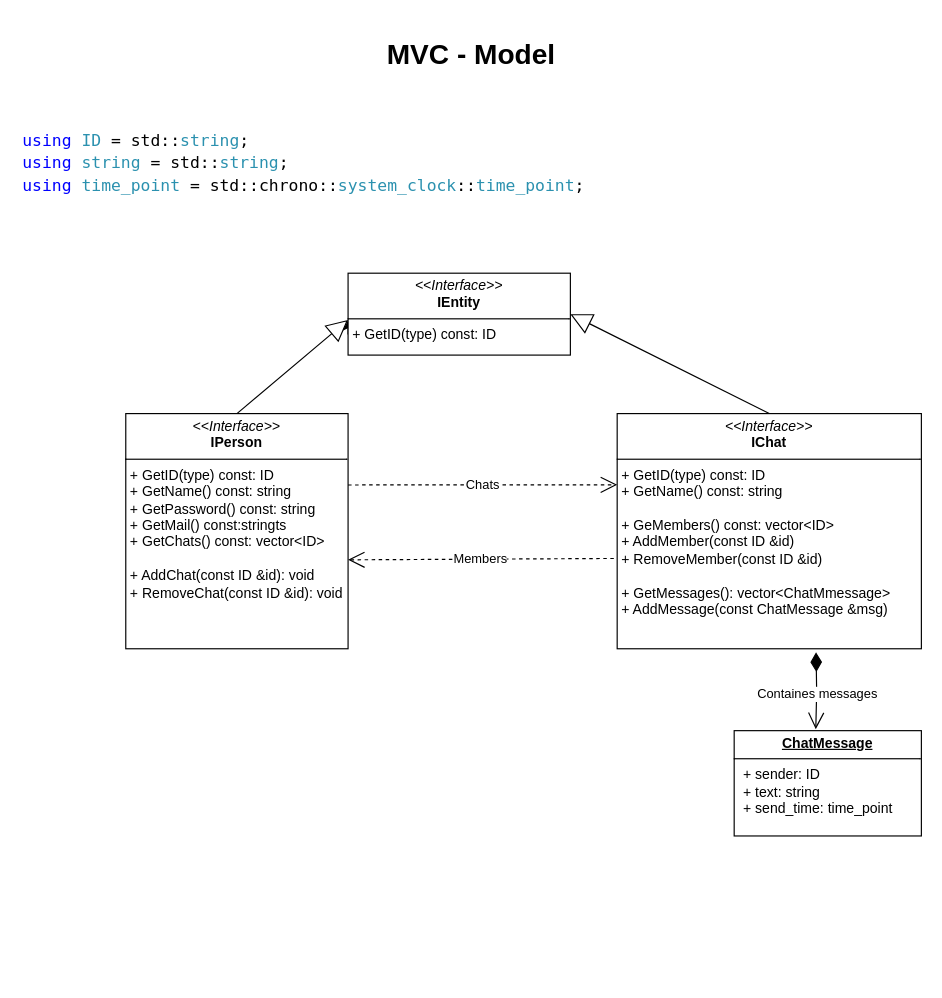
Before: Documentation/MVC - Model.drawio in CheskisVladimir/MessengerV, a draw.io diagram. Source tidied: cells renumbered, new cells numbered last; positions are measured from the earlier drawing's top-left corner, leaving out a move shared by most shapes. Both pictures are drawn from the tidied source at 117%, with x=0, y=0 at pixel (20, 40).
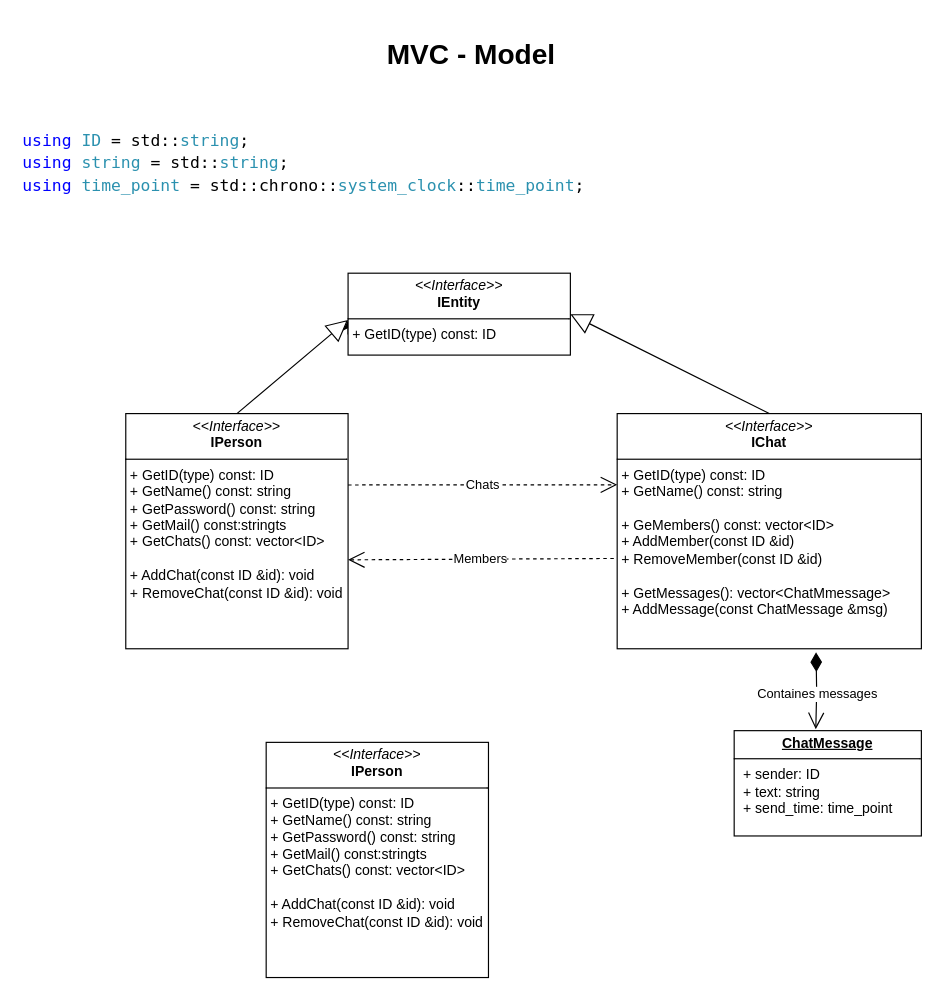
The same diagram, later.

The edit, as a diff of the source:
```diff
@@
 <mxGraphModel>
   <root>
     <mxCell id="0" />
     <mxCell id="1" parent="0" />
     <mxCell id="2" style="edgeStyle=orthogonalEdgeStyle;rounded=0;jettySize=auto;html=1;exitX=0;exitY=0.75;exitDx=0;exitDy=0;" parent="1" edge="1" source="3">
       <mxGeometry relative="1" as="geometry">
         <mxPoint x="280" y="239" as="targetPoint" />
       </mxGeometry>
     </mxCell>
     <mxCell id="3" value="&lt;p style=&quot;margin:0px;margin-top:4px;text-align:center;&quot;&gt;&lt;i&gt;&amp;lt;&amp;lt;Interface&amp;gt;&amp;gt;&lt;/i&gt;&lt;br&gt;&lt;b&gt;IEntity&lt;/b&gt;&lt;/p&gt;&lt;hr size=&quot;1&quot; style=&quot;border-style:solid;&quot;&gt;&lt;p style=&quot;margin:0px;margin-left:4px;&quot;&gt;&lt;/p&gt;&lt;p style=&quot;margin:0px;margin-left:4px;&quot;&gt;+ GetID(type) const: ID&lt;/p&gt;" style="verticalAlign=top;align=left;overflow=fill;html=1;whiteSpace=wrap;" parent="1" vertex="1">
       <mxGeometry x="280" y="199" width="190" height="70" as="geometry" />
     </mxCell>
     <mxCell id="4" value="&lt;h1&gt;MVC - Model&lt;/h1&gt;" style="text;align=center;fontStyle=1;verticalAlign=middle;spacingLeft=3;spacingRight=3;strokeColor=none;html=1;" parent="1" vertex="1">
       <mxGeometry x="345" width="80" height="26" as="geometry" />
     </mxCell>
     <mxCell id="5" value="&lt;p style=&quot;margin:0px;margin-top:4px;text-align:center;&quot;&gt;&lt;i&gt;&amp;lt;&amp;lt;Interface&amp;gt;&amp;gt;&lt;/i&gt;&lt;br&gt;&lt;b&gt;IPerson&lt;/b&gt;&lt;/p&gt;&lt;hr size=&quot;1&quot; style=&quot;border-style:solid;&quot;&gt;&lt;p style=&quot;margin:0px;margin-left:4px;&quot;&gt;&lt;/p&gt;&lt;p style=&quot;margin:0px;margin-left:4px;&quot;&gt;&lt;span style=&quot;background-color: transparent; color: light-dark(rgb(0, 0, 0), rgb(255, 255, 255));&quot;&gt;+ GetID(type) const: ID&lt;/span&gt;&lt;/p&gt;&lt;p style=&quot;margin:0px;margin-left:4px;&quot;&gt;+ GetName() const: string&lt;/p&gt;&lt;p style=&quot;margin:0px;margin-left:4px;&quot;&gt;+ GetPassword() const: string&lt;/p&gt;&lt;p style=&quot;margin:0px;margin-left:4px;&quot;&gt;+ GetMail() const:stringts&lt;/p&gt;&lt;p style=&quot;margin:0px;margin-left:4px;&quot;&gt;+ GetChats() const: vector&amp;lt;ID&amp;gt;&lt;/p&gt;&lt;p style=&quot;margin:0px;margin-left:4px;&quot;&gt;&lt;br&gt;&lt;/p&gt;&lt;p style=&quot;margin:0px;margin-left:4px;&quot;&gt;+ AddChat(const ID &amp;amp;id): void&lt;/p&gt;&lt;p style=&quot;margin:0px;margin-left:4px;&quot;&gt;+ Remove&lt;span style=&quot;background-color: transparent; color: light-dark(rgb(0, 0, 0), rgb(255, 255, 255));&quot;&gt;Chat(const ID &amp;amp;id): void&lt;/span&gt;&lt;/p&gt;&lt;div&gt;&lt;span style=&quot;background-color: transparent; color: light-dark(rgb(0, 0, 0), rgb(255, 255, 255));&quot;&gt;&lt;br&gt;&lt;/span&gt;&lt;/div&gt;" style="verticalAlign=top;align=left;overflow=fill;html=1;whiteSpace=wrap;" parent="1" vertex="1">
       <mxGeometry x="90" y="319" width="190" height="201" as="geometry" />
     </mxCell>
     <mxCell id="6" style="endArrow=block;endSize=16;endFill=0;html=1;rounded=0;entryX=0;entryY=0.571;entryDx=0;entryDy=0;exitX=0.5;exitY=0;exitDx=0;exitDy=0;entryPerimeter=0;" parent="1" edge="1" source="5" target="3">
       <mxGeometry relative="1" as="geometry" />
     </mxCell>
     <mxCell id="7" value="&lt;p style=&quot;margin:0px;margin-top:4px;text-align:center;&quot;&gt;&lt;i&gt;&amp;lt;&amp;lt;Interface&amp;gt;&amp;gt;&lt;/i&gt;&lt;br&gt;&lt;b&gt;IChat&lt;/b&gt;&lt;/p&gt;&lt;hr size=&quot;1&quot; style=&quot;border-style:solid;&quot;&gt;&lt;p style=&quot;margin:0px;margin-left:4px;&quot;&gt;&lt;/p&gt;&lt;p style=&quot;margin:0px;margin-left:4px;&quot;&gt;&lt;span style=&quot;background-color: transparent; color: light-dark(rgb(0, 0, 0), rgb(255, 255, 255));&quot;&gt;+ GetID(type) const: ID&lt;/span&gt;&lt;/p&gt;&lt;p style=&quot;margin:0px;margin-left:4px;&quot;&gt;+ GetName() const: string&lt;/p&gt;&lt;p style=&quot;margin:0px;margin-left:4px;&quot;&gt;&lt;span style=&quot;background-color: transparent; color: light-dark(rgb(0, 0, 0), rgb(255, 255, 255));&quot;&gt;&lt;br&gt;&lt;/span&gt;&lt;/p&gt;&lt;p style=&quot;margin:0px;margin-left:4px;&quot;&gt;&lt;span style=&quot;background-color: transparent; color: light-dark(rgb(0, 0, 0), rgb(255, 255, 255));&quot;&gt;+ GeMembers() const: vector&amp;lt;ID&amp;gt;&lt;/span&gt;&lt;/p&gt;&lt;p style=&quot;margin:0px;margin-left:4px;&quot;&gt;&lt;span style=&quot;background-color: transparent; color: light-dark(rgb(0, 0, 0), rgb(255, 255, 255));&quot;&gt;+ AddMember(const ID &amp;amp;id)&lt;/span&gt;&lt;/p&gt;&lt;p style=&quot;margin:0px;margin-left:4px;&quot;&gt;+ RemoveMember&lt;span style=&quot;background-color: transparent; color: light-dark(rgb(0, 0, 0), rgb(255, 255, 255));&quot;&gt;(const ID &amp;amp;id)&lt;/span&gt;&lt;/p&gt;&lt;p style=&quot;margin:0px;margin-left:4px;&quot;&gt;&lt;span style=&quot;background-color: transparent; color: light-dark(rgb(0, 0, 0), rgb(255, 255, 255));&quot;&gt;&lt;br&gt;&lt;/span&gt;&lt;/p&gt;&lt;p style=&quot;margin:0px;margin-left:4px;&quot;&gt;+ GetMessages(): vector&amp;lt;ChatMmessage&amp;gt;&lt;/p&gt;&lt;p style=&quot;margin:0px;margin-left:4px;&quot;&gt;+ AddMessage(const ChatMessage &amp;amp;msg)&lt;/p&gt;&lt;div&gt;&lt;span style=&quot;background-color: transparent; color: light-dark(rgb(0, 0, 0), rgb(255, 255, 255));&quot;&gt;&lt;br&gt;&lt;/span&gt;&lt;/div&gt;" style="verticalAlign=top;align=left;overflow=fill;html=1;whiteSpace=wrap;" parent="1" vertex="1">
       <mxGeometry x="510" y="319" width="260" height="201" as="geometry" />
     </mxCell>
     <mxCell id="8" style="endArrow=block;endSize=16;endFill=0;html=1;rounded=0;entryX=1;entryY=0.5;entryDx=0;entryDy=0;exitX=0.5;exitY=0;exitDx=0;exitDy=0;" parent="1" edge="1" source="7" target="3">
       <mxGeometry relative="1" as="geometry" />
     </mxCell>
     <mxCell id="9" value="&lt;div style=&quot;color: #000000;background-color: #ffffff;font-family: 'Droid Sans Mono', 'monospace', monospace;font-weight: normal;font-size: 14px;line-height: 19px;white-space: pre;&quot;&gt;&lt;div&gt;&lt;span style=&quot;color: #0000ff;&quot;&gt;using&lt;/span&gt;&lt;span style=&quot;color: #000000;&quot;&gt; &lt;/span&gt;&lt;span style=&quot;color: #2b91af;&quot;&gt;ID&lt;/span&gt;&lt;span style=&quot;color: #000000;&quot;&gt; = &lt;/span&gt;&lt;span style=&quot;color: #000000;&quot;&gt;std&lt;/span&gt;&lt;span style=&quot;color: #000000;&quot;&gt;::&lt;/span&gt;&lt;span style=&quot;color: #2b91af;&quot;&gt;string&lt;/span&gt;&lt;span style=&quot;color: #000000;&quot;&gt;;&lt;/span&gt;&lt;/div&gt;&lt;div&gt;&lt;span style=&quot;color: #0000ff;&quot;&gt;using&lt;/span&gt;&lt;span style=&quot;color: #000000;&quot;&gt; &lt;/span&gt;&lt;span style=&quot;color: #2b91af;&quot;&gt;string&lt;/span&gt;&lt;span style=&quot;color: #000000;&quot;&gt; = &lt;/span&gt;&lt;span style=&quot;color: #000000;&quot;&gt;std&lt;/span&gt;&lt;span style=&quot;color: #000000;&quot;&gt;::&lt;/span&gt;&lt;span style=&quot;color: #2b91af;&quot;&gt;string&lt;/span&gt;&lt;span style=&quot;color: #000000;&quot;&gt;;&lt;/span&gt;&lt;/div&gt;&lt;div&gt;&lt;span style=&quot;color: #0000ff;&quot;&gt;using&lt;/span&gt;&lt;span style=&quot;color: #000000;&quot;&gt; &lt;/span&gt;&lt;span style=&quot;color: #2b91af;&quot;&gt;time_point&lt;/span&gt;&lt;span style=&quot;color: #000000;&quot;&gt; = &lt;/span&gt;&lt;span style=&quot;color: #000000;&quot;&gt;std&lt;/span&gt;&lt;span style=&quot;color: #000000;&quot;&gt;::&lt;/span&gt;&lt;span style=&quot;color: #000000;&quot;&gt;chrono&lt;/span&gt;&lt;span style=&quot;color: #000000;&quot;&gt;::&lt;/span&gt;&lt;span style=&quot;color: #2b91af;&quot;&gt;system_clock&lt;/span&gt;&lt;span style=&quot;color: #000000;&quot;&gt;::&lt;/span&gt;&lt;span style=&quot;color: #2b91af;&quot;&gt;time_point&lt;/span&gt;&lt;span style=&quot;color: #000000;&quot;&gt;;&lt;/span&gt;&lt;/div&gt;&lt;/div&gt;" style="text;whiteSpace=wrap;html=1;" parent="1" vertex="1">
       <mxGeometry y="70" width="510" height="80" as="geometry" />
     </mxCell>
     <mxCell id="10" value="Chats" style="endArrow=open;endSize=12;dashed=1;html=1;rounded=0;entryX=0;entryY=0.303;entryDx=0;entryDy=0;entryPerimeter=0;" parent="1" edge="1" target="7">
       <mxGeometry relative="1" as="geometry">
         <mxPoint x="280" y="380" as="sourcePoint" />
       </mxGeometry>
     </mxCell>
     <mxCell id="11" value="Members" style="endArrow=open;endSize=12;dashed=1;html=1;rounded=0;exitX=-0.011;exitY=0.616;exitDx=0;exitDy=0;exitPerimeter=0;" parent="1" edge="1" source="7">
       <mxGeometry relative="1" as="geometry">
         <mxPoint x="280" y="444" as="targetPoint" />
       </mxGeometry>
     </mxCell>
     <mxCell id="12" value="&lt;p style=&quot;margin:0px;margin-top:4px;text-align:center;text-decoration:underline;&quot;&gt;&lt;b&gt;ChatMessage&lt;/b&gt;&lt;/p&gt;&lt;hr size=&quot;1&quot; style=&quot;border-style:solid;&quot;&gt;&lt;p style=&quot;margin:0px;margin-left:8px;&quot;&gt;&lt;span style=&quot;background-color: transparent; color: light-dark(rgb(0, 0, 0), rgb(255, 255, 255));&quot;&gt;+ sender: ID&lt;/span&gt;&lt;/p&gt;&lt;p style=&quot;margin:0px;margin-left:8px;&quot;&gt;&lt;span style=&quot;background-color: transparent; color: light-dark(rgb(0, 0, 0), rgb(255, 255, 255));&quot;&gt;+ text: string&lt;/span&gt;&lt;/p&gt;&lt;p style=&quot;margin:0px;margin-left:8px;&quot;&gt;+ send_time: time_point&lt;/p&gt;" style="verticalAlign=top;align=left;overflow=fill;html=1;whiteSpace=wrap;" parent="1" vertex="1">
       <mxGeometry x="610" y="590" width="160" height="90" as="geometry" />
     </mxCell>
     <mxCell id="13" style="endArrow=open;html=1;endSize=12;startArrow=diamondThin;startSize=14;startFill=1;edgeStyle=orthogonalEdgeStyle;align=left;verticalAlign=bottom;rounded=0;entryX=0.436;entryY=-0.014;entryDx=0;entryDy=0;entryPerimeter=0;" parent="1" edge="1" target="12">
       <mxGeometry x="-1" y="3" relative="1" as="geometry">
         <mxPoint x="680" y="523" as="sourcePoint" />
       </mxGeometry>
     </mxCell>
     <mxCell id="14" value="Containes messages" style="edgeLabel;html=1;align=center;verticalAlign=middle;" parent="13" vertex="1">
       <mxGeometry x="0.07" y="1" relative="1" as="geometry" />
     </mxCell>
+    <mxCell id="15" value="&lt;p style=&quot;margin:0px;margin-top:4px;text-align:center;&quot;&gt;&lt;i&gt;&amp;lt;&amp;lt;Interface&amp;gt;&amp;gt;&lt;/i&gt;&lt;br&gt;&lt;b&gt;IPerson&lt;/b&gt;&lt;/p&gt;&lt;hr size=&quot;1&quot; style=&quot;border-style:solid;&quot;&gt;&lt;p style=&quot;margin:0px;margin-left:4px;&quot;&gt;&lt;/p&gt;&lt;p style=&quot;margin:0px;margin-left:4px;&quot;&gt;&lt;span style=&quot;background-color: transparent; color: light-dark(rgb(0, 0, 0), rgb(255, 255, 255));&quot;&gt;+ GetID(type) const: ID&lt;/span&gt;&lt;/p&gt;&lt;p style=&quot;margin:0px;margin-left:4px;&quot;&gt;+ GetName() const: string&lt;/p&gt;&lt;p style=&quot;margin:0px;margin-left:4px;&quot;&gt;+ GetPassword() const: string&lt;/p&gt;&lt;p style=&quot;margin:0px;margin-left:4px;&quot;&gt;+ GetMail() const:stringts&lt;/p&gt;&lt;p style=&quot;margin:0px;margin-left:4px;&quot;&gt;+ GetChats() const: vector&amp;lt;ID&amp;gt;&lt;/p&gt;&lt;p style=&quot;margin:0px;margin-left:4px;&quot;&gt;&lt;br&gt;&lt;/p&gt;&lt;p style=&quot;margin:0px;margin-left:4px;&quot;&gt;+ AddChat(const ID &amp;amp;id): void&lt;/p&gt;&lt;p style=&quot;margin:0px;margin-left:4px;&quot;&gt;+ Remove&lt;span style=&quot;background-color: transparent; color: light-dark(rgb(0, 0, 0), rgb(255, 255, 255));&quot;&gt;Chat(const ID &amp;amp;id): void&lt;/span&gt;&lt;/p&gt;&lt;div&gt;&lt;span style=&quot;background-color: transparent; color: light-dark(rgb(0, 0, 0), rgb(255, 255, 255));&quot;&gt;&lt;br&gt;&lt;/span&gt;&lt;/div&gt;" style="verticalAlign=top;align=left;overflow=fill;html=1;whiteSpace=wrap;" parent="1" vertex="1">
+      <mxGeometry x="210" y="600" width="190" height="201" as="geometry" />
+    </mxCell>
   </root>
 </mxGraphModel>
```
